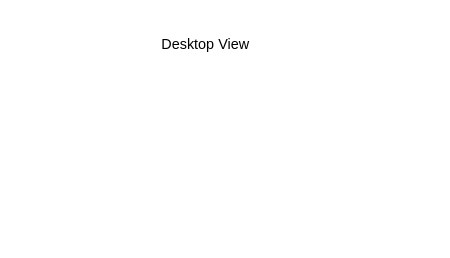
Earlier version of the draw.io diagram seo_search.drawio (souravendra/draw-io-casual). Source tidied: cells renumbered, new cells numbered last; positions are measured from the earlier drawing's top-left corner, leaving out a move shared by most shapes. Both pictures are drawn from the tidied source at 120%, with x=0, y=0 at pixel (109, 20).
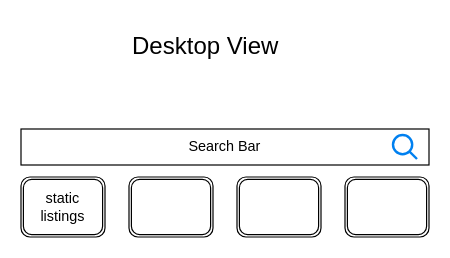
After the change.

Change to the diagram source:
```diff
@@
 <mxGraphModel>
   <root>
     <mxCell id="0" />
     <mxCell id="1" parent="0" />
-    <mxCell id="2" value="Desktop View" style="text;html=1;align=center;verticalAlign=middle;whiteSpace=wrap;rounded=0;" parent="1" vertex="1">
+    <mxCell id="2" value="Desktop View" style="text;html=1;align=center;verticalAlign=middle;whiteSpace=wrap;rounded=0;fontSize=20;" parent="1" vertex="1">
       <mxGeometry width="160" height="40" as="geometry" />
     </mxCell>
+    <mxCell id="3" value="Search Bar" style="rounded=0;whiteSpace=wrap;html=1;" parent="1" vertex="1">
+      <mxGeometry x="-74" y="90" width="340" height="30" as="geometry" />
+    </mxCell>
+    <mxCell id="4" value="static listings" style="shape=ext;double=1;rounded=1;whiteSpace=wrap;html=1;" parent="1" vertex="1">
+      <mxGeometry x="-74" y="130" width="70" height="50" as="geometry" />
+    </mxCell>
+    <mxCell id="5" style="shape=ext;double=1;rounded=1;whiteSpace=wrap;html=1;" parent="1" vertex="1">
+      <mxGeometry x="16" y="130" width="70" height="50" as="geometry" />
+    </mxCell>
+    <mxCell id="6" style="shape=ext;double=1;rounded=1;whiteSpace=wrap;html=1;" parent="1" vertex="1">
+      <mxGeometry x="106" y="130" width="70" height="50" as="geometry" />
+    </mxCell>
+    <mxCell id="7" style="shape=ext;double=1;rounded=1;whiteSpace=wrap;html=1;" parent="1" vertex="1">
+      <mxGeometry x="196" y="130" width="70" height="50" as="geometry" />
+    </mxCell>
+    <mxCell id="8" style="html=1;verticalLabelPosition=bottom;align=center;labelBackgroundColor=#ffffff;verticalAlign=top;strokeWidth=2;strokeColor=#0080F0;shadow=0;dashed=0;shape=mxgraph.ios7.icons.looking_glass;" parent="1" vertex="1">
+      <mxGeometry x="236" y="95" width="20" height="20" as="geometry" />
+    </mxCell>
   </root>
 </mxGraphModel>
```
